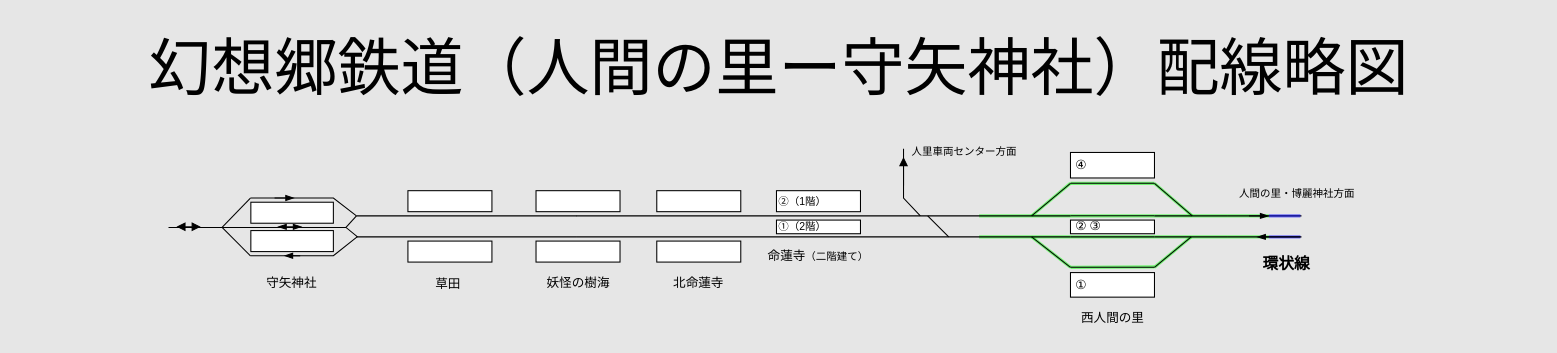
Earlier version of the draw.io diagram resources/route_design_Ningen-moriya.drawio (noname390/BVE-Gensokyo-Railway). Source tidied: cells renumbered, new cells numbered last; positions are measured from the earlier drawing's top-left corner, leaving out a move shared by most shapes. Both pictures are drawn from the tidied source at 105%, with x=0, y=0 at pixel (18, 18).
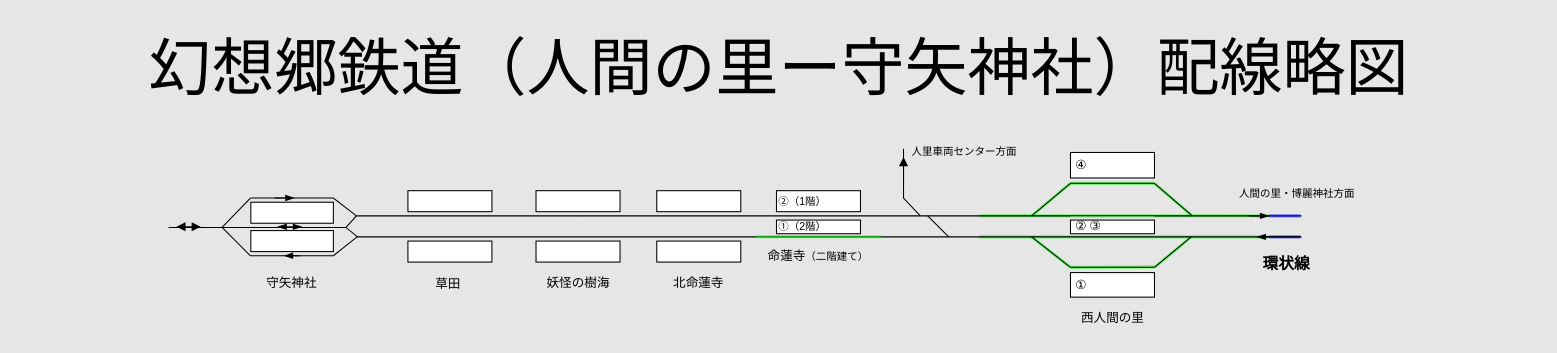
Above is the later version.

What changed in the source:
```diff
@@
+    <mxCell id="72" style="endArrow=none;html=1;rounded=0;strokeWidth=3;opacity=50;strokeColor=#00FF00;" parent="1" edge="1">
+      <mxGeometry relative="1" as="geometry">
+        <mxPoint x="702.5" y="208" as="sourcePoint" />
+        <mxPoint x="821.5" y="208" as="targetPoint" />
+      </mxGeometry>
+    </mxCell>
```
